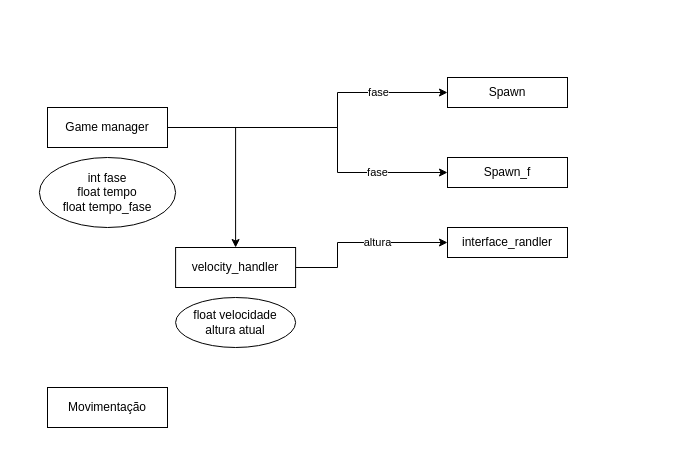
The draw.io diagram page "Estrutura escripts" (3 of 4) of Assets/scripts/spawner_f.drawio in Epta-space/EPTA_SPACE_PROGRAM, before the edit. Source tidied: cells renumbered, new cells numbered last; positions are measured from the earlier drawing's top-left corner, leaving out a move shared by most shapes. Both pictures are drawn from the tidied source at 100%, with x=0, y=0 at pixel (39, 77).
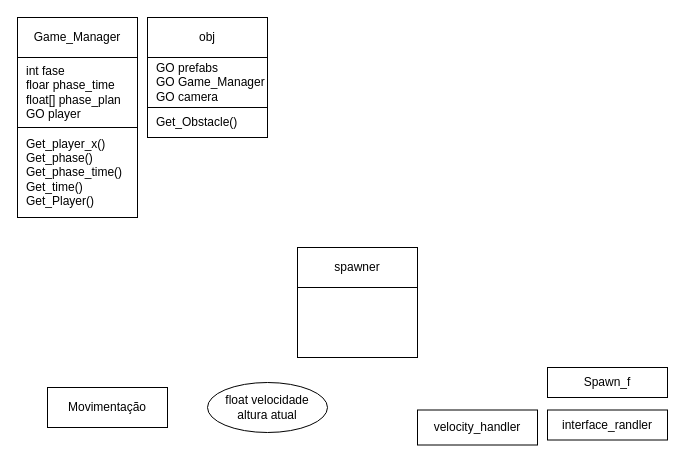
After the change.

What changed in the source:
```diff
@@
 <mxGraphModel>
   <root>
     <mxCell id="0" />
     <mxCell id="1" parent="0" />
-    <mxCell id="2" value="fase" style="edgeStyle=orthogonalEdgeStyle;rounded=0;jettySize=auto;html=1;" parent="1" edge="1" source="5" target="6">
-      <mxGeometry x="0.56" relative="1" as="geometry">
-        <Array as="points">
-          <mxPoint x="298" y="50" />
-          <mxPoint x="298" y="15" />
-        </Array>
-      </mxGeometry>
-    </mxCell>
-    <mxCell id="3" value="fase" style="edgeStyle=orthogonalEdgeStyle;rounded=0;jettySize=auto;html=1;entryX=0;entryY=0.5;entryDx=0;entryDy=0;exitX=1;exitY=0.5;exitDx=0;exitDy=0;" parent="1" edge="1" source="5" target="8">
-      <mxGeometry x="0.57" relative="1" as="geometry">
-        <Array as="points">
-          <mxPoint x="298" y="50" />
-          <mxPoint x="298" y="95" />
-        </Array>
-      </mxGeometry>
-    </mxCell>
-    <mxCell id="4" style="edgeStyle=orthogonalEdgeStyle;rounded=0;jettySize=auto;html=1;entryX=0.5;entryY=0;entryDx=0;entryDy=0;" parent="1" edge="1" source="5" target="11">
-      <mxGeometry relative="1" as="geometry" />
-    </mxCell>
-    <mxCell id="5" value="Game manager" style="whiteSpace=wrap;html=1;" parent="1" vertex="1">
-      <mxGeometry x="8" y="30" width="120" height="40" as="geometry" />
-    </mxCell>
-    <mxCell id="6" value="Spawn" style="whiteSpace=wrap;html=1;" parent="1" vertex="1">
-      <mxGeometry x="408" width="120" height="30" as="geometry" />
+    <mxCell id="6" value="spawner" style="whiteSpace=wrap;html=1;" parent="1" vertex="1">
+      <mxGeometry x="258" y="170" width="120" height="40" as="geometry" />
     </mxCell>
-    <mxCell id="7" value="int fase&lt;br&gt;float tempo&lt;br&gt;float tempo_fase" style="ellipse;whiteSpace=wrap;html=1;" parent="1" vertex="1">
-      <mxGeometry x="-0.1" y="80" width="136.2" height="70" as="geometry" />
-    </mxCell>
     <mxCell id="8" value="Spawn_f" style="whiteSpace=wrap;html=1;" parent="1" vertex="1">
-      <mxGeometry x="408" y="80" width="120" height="30" as="geometry" />
+      <mxGeometry x="508" y="290" width="120" height="30" as="geometry" />
     </mxCell>
     <mxCell id="9" value="interface_randler" style="whiteSpace=wrap;html=1;" parent="1" vertex="1">
-      <mxGeometry x="408" y="150" width="120" height="30" as="geometry" />
+      <mxGeometry x="508" y="332.5" width="120" height="30" as="geometry" />
     </mxCell>
-    <mxCell id="10" value="altura" style="edgeStyle=orthogonalEdgeStyle;rounded=0;jettySize=auto;html=1;entryX=0;entryY=0.5;entryDx=0;entryDy=0;" parent="1" edge="1" source="11" target="9">
-      <mxGeometry x="0.21" relative="1" as="geometry">
-        <Array as="points">
-          <mxPoint x="298" y="190" />
-          <mxPoint x="298" y="165" />
-        </Array>
-      </mxGeometry>
-    </mxCell>
     <mxCell id="11" value="velocity_handler" style="whiteSpace=wrap;html=1;" parent="1" vertex="1">
-      <mxGeometry x="136.1" y="170" width="120" height="40" as="geometry" />
+      <mxGeometry x="378" y="332.5" width="120" height="35" as="geometry" />
     </mxCell>
     <mxCell id="12" value="float velocidade&lt;br&gt;altura atual" style="ellipse;whiteSpace=wrap;html=1;" parent="1" vertex="1">
-      <mxGeometry x="136.1" y="220" width="120" height="50" as="geometry" />
+      <mxGeometry x="168" y="305" width="120" height="50" as="geometry" />
     </mxCell>
     <mxCell id="13" value="Movimentação" style="whiteSpace=wrap;html=1;" parent="1" vertex="1">
       <mxGeometry x="8" y="310" width="120" height="40" as="geometry" />
     </mxCell>
+    <mxCell id="14" style="group;" parent="1" vertex="1">
+      <mxGeometry x="-22" y="-60" width="120" height="200" as="geometry" />
+    </mxCell>
+    <mxCell id="5" value="Game_Manager" style="whiteSpace=wrap;html=1;" parent="14" vertex="1">
+      <mxGeometry width="120" height="40" as="geometry" />
+    </mxCell>
+    <mxCell id="15" value="int fase&lt;br&gt;floar phase_time&lt;br&gt;float[] phase_plan&lt;br&gt;GO player" style="whiteSpace=wrap;html=1;align=left;spacingLeft=7;" parent="14" vertex="1">
+      <mxGeometry y="40" width="120" height="70" as="geometry" />
+    </mxCell>
+    <mxCell id="16" value="Get_player_x()&lt;br&gt;Get_phase()&lt;br&gt;Get_phase_time()&lt;br&gt;Get_time()&lt;br&gt;Get_Player()" style="whiteSpace=wrap;html=1;align=left;spacingLeft=7;" parent="14" vertex="1">
+      <mxGeometry y="110" width="120" height="90" as="geometry" />
+    </mxCell>
+    <mxCell id="17" style="whiteSpace=wrap;html=1;" parent="1" vertex="1">
+      <mxGeometry x="258" y="210" width="120" height="70" as="geometry" />
+    </mxCell>
+    <mxCell id="18" style="group;spacingLeft=0;spacingRight=-1;" parent="1" vertex="1">
+      <mxGeometry x="108" y="-60" width="120" height="120" as="geometry" />
+    </mxCell>
+    <mxCell id="19" value="obj" style="whiteSpace=wrap;html=1;" parent="18" vertex="1">
+      <mxGeometry width="120" height="40" as="geometry" />
+    </mxCell>
+    <mxCell id="20" value="GO prefabs&lt;br&gt;GO Game_Manager&lt;br&gt;GO camera&lt;br&gt;" style="whiteSpace=wrap;html=1;align=left;spacingLeft=7;" parent="18" vertex="1">
+      <mxGeometry y="40" width="120" height="50" as="geometry" />
+    </mxCell>
+    <mxCell id="21" value="Get_Obstacle()" style="whiteSpace=wrap;html=1;align=left;spacingLeft=7;" parent="18" vertex="1">
+      <mxGeometry y="90" width="120" height="30" as="geometry" />
+    </mxCell>
   </root>
 </mxGraphModel>
```
